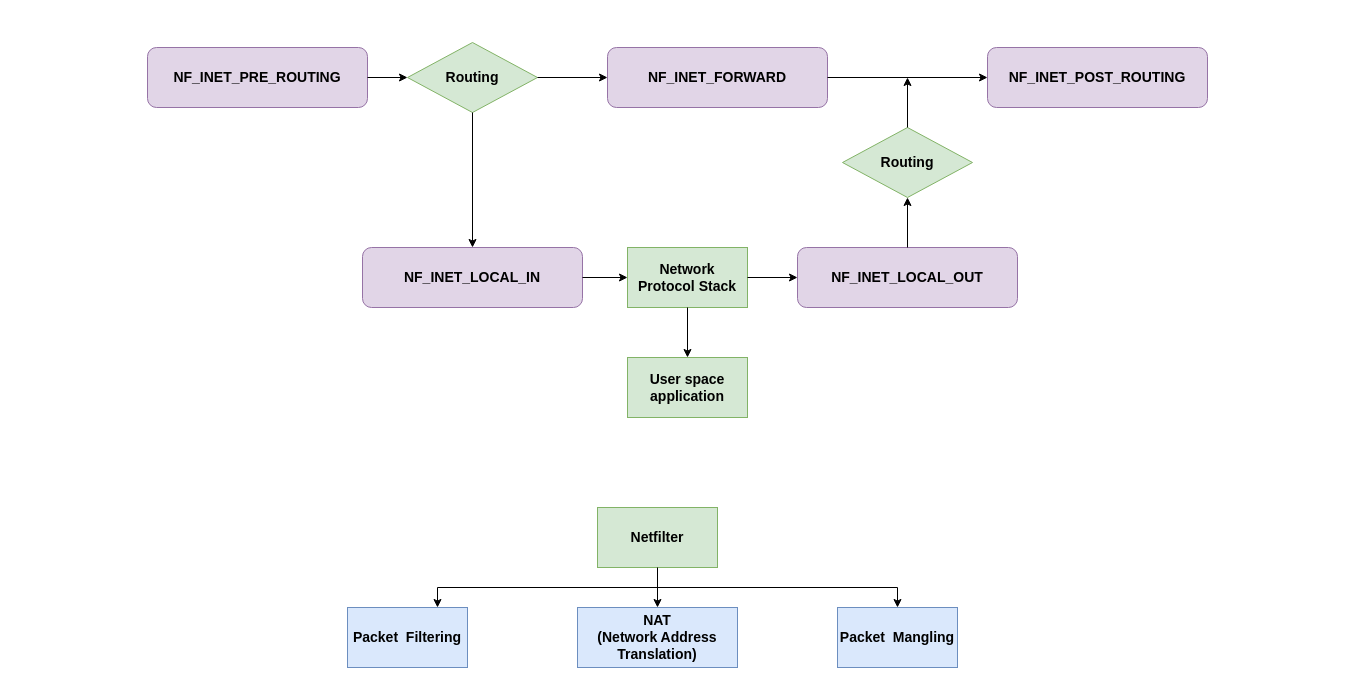
This is netfilter.drawio from baoqger/drawing.io, a draw.io file, before an edit. Source tidied: cells renumbered, new cells numbered last; positions are measured from the earlier drawing's top-left corner, leaving out a move shared by most shapes. Both pictures are drawn from the tidied source at 100%, with x=0, y=0 at pixel (147, 42).
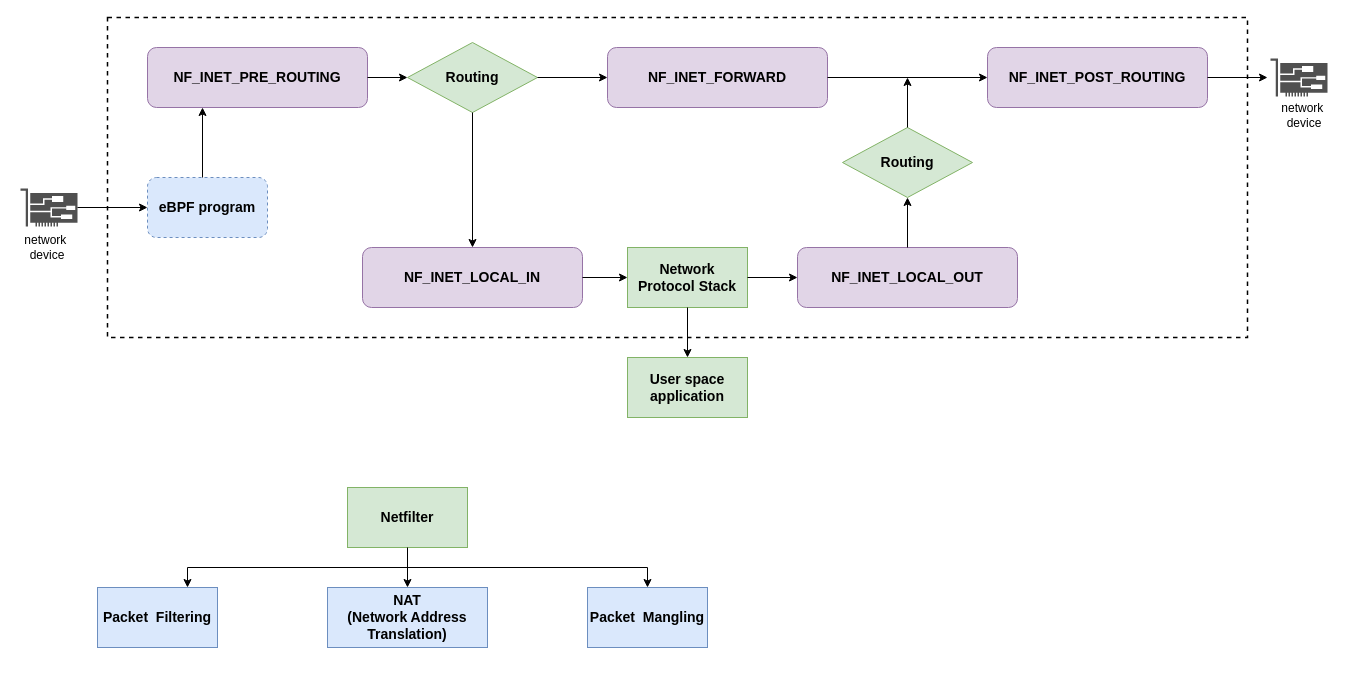
The same diagram, later.

Unchanged cells that the change refers to:
```xml
<mxCell id="2" value="NF_INET_PRE_ROUTING" style="rounded=1;whiteSpace=wrap;html=1;fontSize=14;fontStyle=1;fillColor=#e1d5e7;strokeColor=#9673a6;" parent="1" vertex="1">
  <mxGeometry y="5" width="220" height="60" as="geometry" />
</mxCell>
<mxCell id="8" value="NF_INET_POST_ROUTING" style="rounded=1;whiteSpace=wrap;html=1;fontSize=14;fontStyle=1;fillColor=#e1d5e7;strokeColor=#9673a6;" parent="1" vertex="1">
  <mxGeometry x="840" y="5" width="220" height="60" as="geometry" />
</mxCell>
```

The edit, as a diff of the source:
```diff
@@
     <mxCell id="20" value="Netfilter" style="rounded=0;whiteSpace=wrap;html=1;fillColor=#d5e8d4;strokeColor=#82b366;fontStyle=1;fontSize=14;" parent="1" vertex="1">
-      <mxGeometry x="450" y="465" width="120" height="60" as="geometry" />
+      <mxGeometry x="200" y="445" width="120" height="60" as="geometry" />
     </mxCell>
     <mxCell id="21" value="Packet&amp;nbsp; Filtering" style="rounded=0;whiteSpace=wrap;html=1;fillColor=#dae8fc;strokeColor=#6c8ebf;fontStyle=1;fontSize=14;" parent="1" vertex="1">
-      <mxGeometry x="200" y="565" width="120" height="60" as="geometry" />
+      <mxGeometry x="-50" y="545" width="120" height="60" as="geometry" />
     </mxCell>
     <mxCell id="22" value="NAT&lt;br&gt;(Network Address Translation)" style="rounded=0;whiteSpace=wrap;html=1;fillColor=#dae8fc;strokeColor=#6c8ebf;fontStyle=1;fontSize=14;" parent="1" vertex="1">
-      <mxGeometry x="430" y="565" width="160" height="60" as="geometry" />
+      <mxGeometry x="180" y="545" width="160" height="60" as="geometry" />
     </mxCell>
     <mxCell id="23" value="Packet&amp;nbsp; Mangling" style="rounded=0;whiteSpace=wrap;html=1;fillColor=#dae8fc;strokeColor=#6c8ebf;fontStyle=1;fontSize=14;" parent="1" vertex="1">
-      <mxGeometry x="690" y="565" width="120" height="60" as="geometry" />
+      <mxGeometry x="440" y="545" width="120" height="60" as="geometry" />
     </mxCell>
@@
     <mxCell id="25" style="endArrow=classic;html=1;rounded=0;fontSize=14;entryX=0.75;entryY=0;entryDx=0;entryDy=0;" parent="1" edge="1" target="21">
       <mxGeometry relative="1" as="geometry">
-        <mxPoint x="510" y="545" as="sourcePoint" />
+        <mxPoint x="260" y="525" as="sourcePoint" />
         <Array as="points">
-          <mxPoint x="290" y="545" />
+          <mxPoint x="40" y="525" />
         </Array>
       </mxGeometry>
     </mxCell>
     <mxCell id="26" style="endArrow=classic;html=1;rounded=0;fontSize=14;entryX=0.5;entryY=0;entryDx=0;entryDy=0;" parent="1" edge="1" target="23">
       <mxGeometry relative="1" as="geometry">
-        <mxPoint x="510" y="545" as="sourcePoint" />
+        <mxPoint x="260" y="525" as="sourcePoint" />
         <Array as="points">
-          <mxPoint x="750" y="545" />
+          <mxPoint x="500" y="525" />
         </Array>
       </mxGeometry>
     </mxCell>
+    <mxCell id="27" style="sketch=0;shadow=0;dashed=0;html=1;strokeColor=none;fillColor=#505050;labelPosition=center;verticalLabelPosition=bottom;verticalAlign=top;outlineConnect=0;align=center;shape=mxgraph.office.devices.nic;" parent="1" vertex="1">
+      <mxGeometry x="-127" y="146" width="57" height="38" as="geometry" />
+    </mxCell>
+    <mxCell id="28" style="sketch=0;shadow=0;dashed=0;html=1;strokeColor=none;fillColor=#505050;labelPosition=center;verticalLabelPosition=bottom;verticalAlign=top;align=center;shape=mxgraph.office.devices.nic;" parent="1" vertex="1">
+      <mxGeometry x="1123" y="16" width="57" height="38" as="geometry" />
+    </mxCell>
+    <mxCell id="29" value="network&amp;nbsp;&lt;br&gt;device" style="text;html=1;strokeColor=none;fillColor=none;align=center;verticalAlign=middle;whiteSpace=wrap;rounded=0;dashed=1;" parent="1" vertex="1">
+      <mxGeometry x="-130" y="190" width="60" height="30" as="geometry" />
+    </mxCell>
+    <mxCell id="30" value="network&amp;nbsp;&lt;br&gt;device" style="text;html=1;strokeColor=none;fillColor=none;align=center;verticalAlign=middle;whiteSpace=wrap;rounded=0;dashed=1;" parent="1" vertex="1">
+      <mxGeometry x="1127" y="58" width="60" height="30" as="geometry" />
+    </mxCell>
+    <mxCell id="31" value="eBPF program" style="rounded=1;whiteSpace=wrap;html=1;dashed=1;fillColor=#dae8fc;strokeColor=#6c8ebf;fontStyle=1;fontSize=14;" parent="1" vertex="1">
+      <mxGeometry y="135" width="120" height="60" as="geometry" />
+    </mxCell>
+    <mxCell id="32" style="endArrow=classic;html=1;rounded=0;fontSize=14;entryX=0;entryY=0.5;entryDx=0;entryDy=0;" parent="1" edge="1" source="27" target="31">
+      <mxGeometry relative="1" as="geometry" />
+    </mxCell>
+    <mxCell id="33" style="endArrow=classic;html=1;rounded=0;fontSize=14;entryX=0.25;entryY=1;entryDx=0;entryDy=0;" parent="1" edge="1" target="2">
+      <mxGeometry relative="1" as="geometry">
+        <mxPoint x="55" y="135" as="sourcePoint" />
+      </mxGeometry>
+    </mxCell>
+    <mxCell id="34" style="rounded=0;whiteSpace=wrap;html=1;dashed=1;fontSize=18;fillColor=none;strokeWidth=1.5;" parent="1" vertex="1">
+      <mxGeometry x="-40" y="-25" width="1140" height="320" as="geometry" />
+    </mxCell>
+    <mxCell id="35" style="endArrow=classic;html=1;rounded=0;fontSize=14;exitX=1;exitY=0.5;exitDx=0;exitDy=0;" parent="1" edge="1" source="8">
+      <mxGeometry relative="1" as="geometry">
+        <mxPoint x="1120" y="35" as="targetPoint" />
+      </mxGeometry>
+    </mxCell>
```
